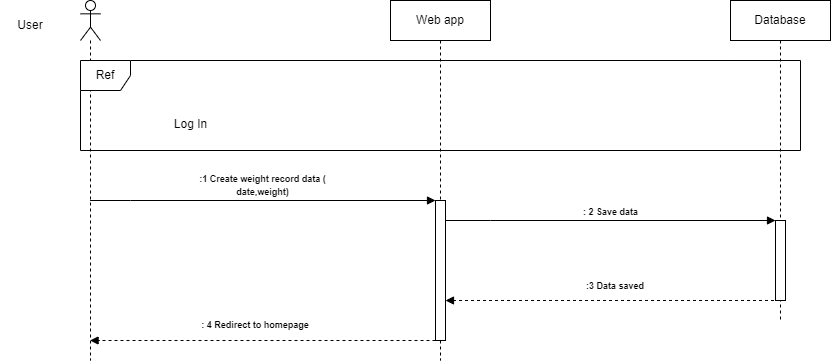
Earlier version of the draw.io export diagrams/sequences/Create weight record.png (Jexinte/Wurondokiye). Source tidied: cells renumbered, new cells last; positions are measured from the earlier drawing's top-left corner, leaving out a move shared by most shapes. Its diagram source:
```xml
<mxGraphModel>
  <root>
    <mxCell id="0" />
    <mxCell id="1" parent="0" />
    <mxCell id="2" value="Web app" style="shape=umlLifeline;perimeter=lifelinePerimeter;whiteSpace=wrap;html=1;newEdgeStyle={&quot;edgeStyle&quot;:&quot;elbowEdgeStyle&quot;,&quot;elbow&quot;:&quot;vertical&quot;,&quot;curved&quot;:0,&quot;rounded&quot;:0};" parent="1" vertex="1">
      <mxGeometry x="390" width="100" height="360" as="geometry" />
    </mxCell>
    <mxCell id="3" style="html=1;points=[[0,0,0,0,5],[0,1,0,0,-5],[1,0,0,0,5],[1,1,0,0,-5]];perimeter=orthogonalPerimeter;outlineConnect=0;targetShapes=umlLifeline;portConstraint=eastwest;newEdgeStyle={&quot;curved&quot;:0,&quot;rounded&quot;:0};" parent="2" vertex="1">
      <mxGeometry x="45" y="200" width="10" height="140" as="geometry" />
    </mxCell>
    <mxCell id="4" value="Database" style="shape=umlLifeline;perimeter=lifelinePerimeter;whiteSpace=wrap;html=1;newEdgeStyle={&quot;edgeStyle&quot;:&quot;elbowEdgeStyle&quot;,&quot;elbow&quot;:&quot;vertical&quot;,&quot;curved&quot;:0,&quot;rounded&quot;:0};" parent="1" vertex="1">
      <mxGeometry x="730" width="100" height="320" as="geometry" />
    </mxCell>
    <mxCell id="5" style="html=1;points=[[0,0,0,0,5],[0,1,0,0,-5],[1,0,0,0,5],[1,1,0,0,-5]];perimeter=orthogonalPerimeter;outlineConnect=0;targetShapes=umlLifeline;portConstraint=eastwest;newEdgeStyle={&quot;curved&quot;:0,&quot;rounded&quot;:0};" parent="4" vertex="1">
      <mxGeometry x="45" y="220" width="10" height="80" as="geometry" />
    </mxCell>
    <mxCell id="6" style="shape=umlLifeline;perimeter=lifelinePerimeter;whiteSpace=wrap;html=1;outlineConnect=0;portConstraint=eastwest;newEdgeStyle={&quot;curved&quot;:0,&quot;rounded&quot;:0};participant=umlActor;" parent="1" vertex="1">
      <mxGeometry x="80" width="20" height="360" as="geometry" />
    </mxCell>
    <mxCell id="7" value="User" style="text;html=1;strokeColor=none;fillColor=none;align=center;verticalAlign=middle;whiteSpace=wrap;rounded=0;" parent="1" vertex="1">
      <mxGeometry y="10" width="60" height="30" as="geometry" />
    </mxCell>
    <mxCell id="8" value="Ref" style="shape=umlFrame;whiteSpace=wrap;html=1;width=50;" parent="1" vertex="1">
      <mxGeometry x="80" y="60" width="720" height="90" as="geometry" />
    </mxCell>
    <mxCell id="9" value="Log In" style="text;align=center;html=1;" parent="8" vertex="1">
      <mxGeometry width="100" height="20" relative="1" as="geometry">
        <mxPoint x="60" y="50" as="offset" />
      </mxGeometry>
    </mxCell>
    <mxCell id="10" value="&lt;font style=&quot;font-size: 9px;&quot;&gt;:1 Create weight record data (&lt;br&gt;date,weight)&lt;/font&gt;" style="html=1;verticalAlign=bottom;endArrow=block;edgeStyle=elbowEdgeStyle;elbow=vertical;curved=0;rounded=0;fontStyle=1;" parent="1" edge="1" source="6" target="3">
      <mxGeometry relative="1" as="geometry">
        <Array as="points">
          <mxPoint x="130.1" y="200" />
          <mxPoint x="155.1" y="100" />
          <mxPoint x="95.1" y="180" />
        </Array>
      </mxGeometry>
    </mxCell>
    <mxCell id="11" value="&lt;font style=&quot;font-size: 9px;&quot;&gt;: 2 Save data&lt;/font&gt;" style="html=1;verticalAlign=bottom;endArrow=block;edgeStyle=elbowEdgeStyle;elbow=vertical;curved=0;rounded=0;fontStyle=1;" parent="1" edge="1" source="3" target="5">
      <mxGeometry relative="1" as="geometry">
        <Array as="points">
          <mxPoint x="490.1" y="220" />
          <mxPoint x="515.1" y="120" />
          <mxPoint x="455.1" y="200" />
        </Array>
      </mxGeometry>
    </mxCell>
    <mxCell id="12" style="html=1;verticalAlign=bottom;labelBackgroundColor=none;endArrow=block;endFill=1;dashed=1;rounded=0;" parent="1" edge="1" target="3">
      <mxGeometry relative="1" as="geometry">
        <mxPoint x="779.5" y="300" as="sourcePoint" />
      </mxGeometry>
    </mxCell>
    <mxCell id="13" value="&lt;b&gt;&lt;font style=&quot;font-size: 9px;&quot;&gt;:3 Data saved&lt;/font&gt;&lt;/b&gt;" style="text;html=1;strokeColor=none;fillColor=none;align=center;verticalAlign=middle;whiteSpace=wrap;rounded=0;" parent="1" vertex="1">
      <mxGeometry x="570" y="270" width="90" height="30" as="geometry" />
    </mxCell>
    <mxCell id="14" value="&lt;b style=&quot;font-size: 9px;&quot;&gt;: 4 Redirect to homepage&lt;/b&gt;" style="text;html=1;strokeColor=none;fillColor=none;align=center;verticalAlign=middle;whiteSpace=wrap;rounded=0;fontSize=9;" parent="1" vertex="1">
      <mxGeometry x="180" y="310" width="150" height="30" as="geometry" />
    </mxCell>
    <mxCell id="15" style="html=1;verticalAlign=bottom;labelBackgroundColor=none;endArrow=block;endFill=1;dashed=1;rounded=0;" parent="1" edge="1">
      <mxGeometry relative="1" as="geometry">
        <mxPoint x="435" y="340" as="sourcePoint" />
        <mxPoint x="89.5" y="340" as="targetPoint" />
      </mxGeometry>
    </mxCell>
  </root>
</mxGraphModel>
```
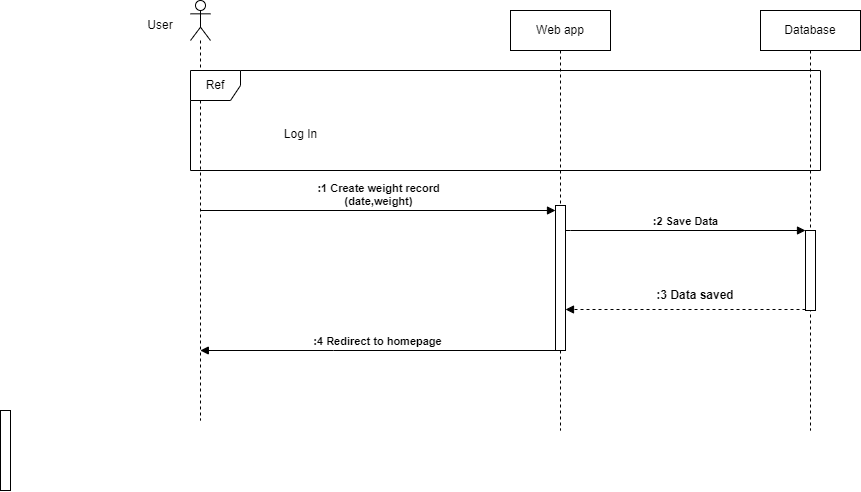
After the commit.

Commit message:
refactor sequence diagram and add of class diagram #1

The edit, as a diff of the source:
```diff
@@ -3,65 +3,63 @@
     <mxCell id="0" />
     <mxCell id="1" parent="0" />
     <mxCell id="2" value="Web app" style="shape=umlLifeline;perimeter=lifelinePerimeter;whiteSpace=wrap;html=1;newEdgeStyle={&quot;edgeStyle&quot;:&quot;elbowEdgeStyle&quot;,&quot;elbow&quot;:&quot;vertical&quot;,&quot;curved&quot;:0,&quot;rounded&quot;:0};" parent="1" vertex="1">
-      <mxGeometry x="390" width="100" height="360" as="geometry" />
+      <mxGeometry x="470" y="-380" width="100" height="420" as="geometry" />
     </mxCell>
-    <mxCell id="3" style="html=1;points=[[0,0,0,0,5],[0,1,0,0,-5],[1,0,0,0,5],[1,1,0,0,-5]];perimeter=orthogonalPerimeter;outlineConnect=0;targetShapes=umlLifeline;portConstraint=eastwest;newEdgeStyle={&quot;curved&quot;:0,&quot;rounded&quot;:0};" parent="2" vertex="1">
-      <mxGeometry x="45" y="200" width="10" height="140" as="geometry" />
-    </mxCell>
+    <mxCell id="16" style="html=1;points=[[0,0,0,0,5],[0,1,0,0,-5],[1,0,0,0,5],[1,1,0,0,-5]];perimeter=orthogonalPerimeter;outlineConnect=0;targetShapes=umlLifeline;portConstraint=eastwest;newEdgeStyle={&quot;curved&quot;:0,&quot;rounded&quot;:0};" parent="2" vertex="1">
+      <mxGeometry x="45" y="195" width="10" height="145" as="geometry" />
+    </mxCell>
     <mxCell id="4" value="Database" style="shape=umlLifeline;perimeter=lifelinePerimeter;whiteSpace=wrap;html=1;newEdgeStyle={&quot;edgeStyle&quot;:&quot;elbowEdgeStyle&quot;,&quot;elbow&quot;:&quot;vertical&quot;,&quot;curved&quot;:0,&quot;rounded&quot;:0};" parent="1" vertex="1">
-      <mxGeometry x="730" width="100" height="320" as="geometry" />
+      <mxGeometry x="720" y="-380" width="100" height="420" as="geometry" />
     </mxCell>
     <mxCell id="5" style="html=1;points=[[0,0,0,0,5],[0,1,0,0,-5],[1,0,0,0,5],[1,1,0,0,-5]];perimeter=orthogonalPerimeter;outlineConnect=0;targetShapes=umlLifeline;portConstraint=eastwest;newEdgeStyle={&quot;curved&quot;:0,&quot;rounded&quot;:0};" parent="4" vertex="1">
       <mxGeometry x="45" y="220" width="10" height="80" as="geometry" />
     </mxCell>
-    <mxCell id="6" style="shape=umlLifeline;perimeter=lifelinePerimeter;whiteSpace=wrap;html=1;outlineConnect=0;portConstraint=eastwest;newEdgeStyle={&quot;curved&quot;:0,&quot;rounded&quot;:0};participant=umlActor;" parent="1" vertex="1">
-      <mxGeometry x="80" width="20" height="360" as="geometry" />
-    </mxCell>
+    <mxCell id="17" style="shape=umlLifeline;perimeter=lifelinePerimeter;whiteSpace=wrap;html=1;outlineConnect=0;portConstraint=eastwest;newEdgeStyle={&quot;curved&quot;:0,&quot;rounded&quot;:0};participant=umlActor;" parent="1" vertex="1">
+      <mxGeometry x="150" y="-390" width="20" height="420" as="geometry" />
+    </mxCell>
     <mxCell id="7" value="User" style="text;html=1;strokeColor=none;fillColor=none;align=center;verticalAlign=middle;whiteSpace=wrap;rounded=0;" parent="1" vertex="1">
-      <mxGeometry y="10" width="60" height="30" as="geometry" />
+      <mxGeometry x="90" y="-380" width="60" height="30" as="geometry" />
     </mxCell>
     <mxCell id="8" value="Ref" style="shape=umlFrame;whiteSpace=wrap;html=1;width=50;" parent="1" vertex="1">
-      <mxGeometry x="80" y="60" width="720" height="90" as="geometry" />
+      <mxGeometry x="150" y="-320" width="630" height="100" as="geometry" />
     </mxCell>
     <mxCell id="9" value="Log In" style="text;align=center;html=1;" parent="8" vertex="1">
       <mxGeometry width="100" height="20" relative="1" as="geometry">
         <mxPoint x="60" y="50" as="offset" />
       </mxGeometry>
     </mxCell>
-    <mxCell id="10" value="&lt;font style=&quot;font-size: 9px;&quot;&gt;:1 Create weight record data (&lt;br&gt;date,weight)&lt;/font&gt;" style="html=1;verticalAlign=bottom;endArrow=block;edgeStyle=elbowEdgeStyle;elbow=vertical;curved=0;rounded=0;fontStyle=1;" parent="1" edge="1" source="6" target="3">
-      <mxGeometry relative="1" as="geometry">
-        <Array as="points">
-          <mxPoint x="130.1" y="200" />
-          <mxPoint x="155.1" y="100" />
-          <mxPoint x="95.1" y="180" />
-        </Array>
-      </mxGeometry>
-    </mxCell>
-    <mxCell id="11" value="&lt;font style=&quot;font-size: 9px;&quot;&gt;: 2 Save data&lt;/font&gt;" style="html=1;verticalAlign=bottom;endArrow=block;edgeStyle=elbowEdgeStyle;elbow=vertical;curved=0;rounded=0;fontStyle=1;" parent="1" edge="1" source="3" target="5">
-      <mxGeometry relative="1" as="geometry">
-        <Array as="points">
-          <mxPoint x="490.1" y="220" />
-          <mxPoint x="515.1" y="120" />
-          <mxPoint x="455.1" y="200" />
-        </Array>
-      </mxGeometry>
-    </mxCell>
-    <mxCell id="12" style="html=1;verticalAlign=bottom;labelBackgroundColor=none;endArrow=block;endFill=1;dashed=1;rounded=0;" parent="1" edge="1" target="3">
-      <mxGeometry relative="1" as="geometry">
-        <mxPoint x="779.5" y="300" as="sourcePoint" />
-      </mxGeometry>
-    </mxCell>
+    <mxCell id="18" value=":2 Save Data" style="html=1;verticalAlign=bottom;endArrow=block;edgeStyle=elbowEdgeStyle;elbow=vertical;curved=0;rounded=0;fontStyle=1;" parent="1" edge="1" source="16" target="5">
+      <mxGeometry relative="1" as="geometry">
+        <Array as="points">
+          <mxPoint x="530" y="-160" />
+          <mxPoint x="555" y="-260" />
+          <mxPoint x="495" y="-180" />
+        </Array>
+      </mxGeometry>
+    </mxCell>
+    <mxCell id="19" style="html=1;perimeter=orthogonalPerimeter;targetShapes=umlLifeline;newEdgeStyle={&quot;curved&quot;:0,&quot;rounded&quot;:0};" parent="1" vertex="1">
+      <mxGeometry x="-40" y="20" width="10" height="80" as="geometry" />
+    </mxCell>
+    <mxCell id="20" style="html=1;verticalAlign=bottom;labelBackgroundColor=none;endArrow=block;endFill=1;dashed=1;rounded=0;" parent="1" edge="1">
+      <mxGeometry relative="1" as="geometry">
+        <mxPoint x="765" y="-81" as="sourcePoint" />
+        <mxPoint x="525" y="-81" as="targetPoint" />
+      </mxGeometry>
+    </mxCell>
-    <mxCell id="13" value="&lt;b&gt;&lt;font style=&quot;font-size: 9px;&quot;&gt;:3 Data saved&lt;/font&gt;&lt;/b&gt;" style="text;html=1;strokeColor=none;fillColor=none;align=center;verticalAlign=middle;whiteSpace=wrap;rounded=0;" parent="1" vertex="1">
-      <mxGeometry x="570" y="270" width="90" height="30" as="geometry" />
+    <mxCell id="13" value="&lt;b&gt;:3 Data saved&lt;/b&gt;" style="text;html=1;strokeColor=none;fillColor=none;align=center;verticalAlign=middle;whiteSpace=wrap;rounded=0;" parent="1" vertex="1">
+      <mxGeometry x="610" y="-110" width="90" height="30" as="geometry" />
     </mxCell>
-    <mxCell id="14" value="&lt;b style=&quot;font-size: 9px;&quot;&gt;: 4 Redirect to homepage&lt;/b&gt;" style="text;html=1;strokeColor=none;fillColor=none;align=center;verticalAlign=middle;whiteSpace=wrap;rounded=0;fontSize=9;" parent="1" vertex="1">
-      <mxGeometry x="180" y="310" width="150" height="30" as="geometry" />
-    </mxCell>
-    <mxCell id="15" style="html=1;verticalAlign=bottom;labelBackgroundColor=none;endArrow=block;endFill=1;dashed=1;rounded=0;" parent="1" edge="1">
-      <mxGeometry relative="1" as="geometry">
-        <mxPoint x="435" y="340" as="sourcePoint" />
-        <mxPoint x="89.5" y="340" as="targetPoint" />
-      </mxGeometry>
-    </mxCell>
+    <mxCell id="21" value=":4 Redirect to homepage" style="html=1;verticalAlign=bottom;endArrow=block;edgeStyle=elbowEdgeStyle;elbow=vertical;curved=0;rounded=0;fontStyle=1;" parent="1" edge="1" source="16" target="17">
+      <mxGeometry relative="1" as="geometry">
+        <Array as="points">
+          <mxPoint x="293" y="-40" />
+          <mxPoint x="168.1" y="-140" />
+          <mxPoint x="143.1" y="-40" />
+        </Array>
+      </mxGeometry>
+    </mxCell>
+    <mxCell id="22" value="&lt;b&gt;:1 Create weight record &lt;br&gt;(date,weight)&lt;/b&gt;" style="html=1;verticalAlign=bottom;endArrow=block;curved=0;rounded=0;" parent="1" edge="1" source="17" target="16">
+      <mxGeometry relative="1" as="geometry" />
+    </mxCell>
   </root>
 </mxGraphModel>
```
